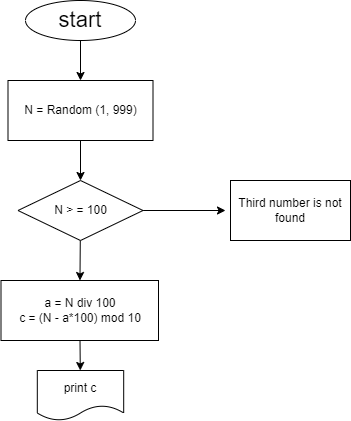
YuVasilya/Home_work_2 keeps this draw.io diagram as Ex002/diagram.drawio.png. Above is the earlier version. Source tidied: cells renumbered, new cells last; positions are measured from the earlier drawing's top-left corner, leaving out a move shared by most shapes.
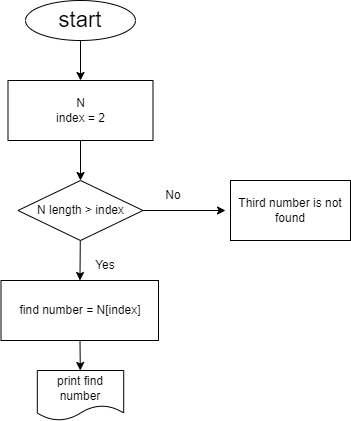
The same diagram one commit later.

Diff of the diagram source:
```diff
@@ -11,13 +11,13 @@
     <mxCell id="4" style="edgeStyle=none;html=1;" parent="1" edge="1" source="5" target="10">
       <mxGeometry relative="1" as="geometry" />
     </mxCell>
-    <mxCell id="5" value="N = Random (1, 999)" style="whiteSpace=wrap;html=1;" parent="1" vertex="1">
+    <mxCell id="5" value="N&lt;br&gt;index = 2" style="whiteSpace=wrap;html=1;" parent="1" vertex="1">
       <mxGeometry x="6.5" y="80" width="145" height="60" as="geometry" />
     </mxCell>
     <mxCell id="6" style="edgeStyle=none;html=1;" parent="1" edge="1" source="7" target="11">
       <mxGeometry relative="1" as="geometry" />
     </mxCell>
-    <mxCell id="7" value="a = N div 100&lt;br&gt;c = (N - a*100) mod 10" style="whiteSpace=wrap;html=1;" parent="1" vertex="1">
+    <mxCell id="7" value="find number = N[index]" style="whiteSpace=wrap;html=1;" parent="1" vertex="1">
       <mxGeometry x="-0.5" y="280" width="157.5" height="60" as="geometry" />
     </mxCell>
     <mxCell id="8" style="edgeStyle=none;html=1;" parent="1" edge="1" source="10" target="7">
@@ -28,14 +28,20 @@
         <mxPoint x="224" y="210" as="targetPoint" />
       </mxGeometry>
     </mxCell>
-    <mxCell id="10" value="N &amp;gt; = 100" style="rhombus;whiteSpace=wrap;html=1;" parent="1" vertex="1">
+    <mxCell id="10" value="N length &amp;gt; index" style="rhombus;whiteSpace=wrap;html=1;" parent="1" vertex="1">
       <mxGeometry x="16.5" y="180" width="125" height="60" as="geometry" />
     </mxCell>
-    <mxCell id="11" value="print c" style="shape=document;whiteSpace=wrap;html=1;boundedLbl=1;" parent="1" vertex="1">
+    <mxCell id="11" value="print find number" style="shape=document;whiteSpace=wrap;html=1;boundedLbl=1;" parent="1" vertex="1">
       <mxGeometry x="35.8" y="370" width="86.4" height="50" as="geometry" />
     </mxCell>
     <mxCell id="12" value="Third number is not found" style="whiteSpace=wrap;html=1;" parent="1" vertex="1">
       <mxGeometry x="229" y="180" width="120" height="60" as="geometry" />
     </mxCell>
+    <mxCell id="13" value="Yes" style="text;html=1;strokeColor=none;fillColor=none;align=center;verticalAlign=middle;whiteSpace=wrap;rounded=0;" parent="1" vertex="1">
+      <mxGeometry x="74" y="250" width="60" height="30" as="geometry" />
+    </mxCell>
+    <mxCell id="14" value="No" style="text;html=1;strokeColor=none;fillColor=none;align=center;verticalAlign=middle;whiteSpace=wrap;rounded=0;" parent="1" vertex="1">
+      <mxGeometry x="141.5" y="180" width="60" height="30" as="geometry" />
+    </mxCell>
   </root>
 </mxGraphModel>
```
